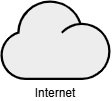
Above: Secure Corporate Network.drawio.png in victorcruzat187/SecureCorpNetwork (draw.io), before the change. Source tidied: cells renumbered, new cells last; positions are measured from the earlier drawing's top-left corner, leaving out a move shared by most shapes.
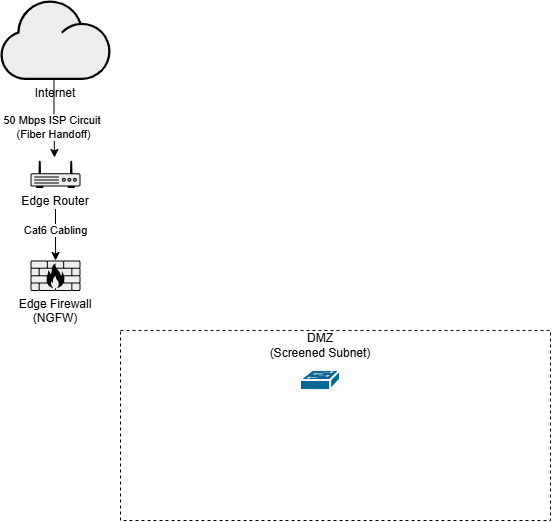
After the commit.

What changed in the source:
```diff
@@ -2,8 +2,39 @@
   <root>
     <mxCell id="0" />
     <mxCell id="1" parent="0" />
+    <mxCell id="3" value="&lt;h3&gt;&lt;br&gt;&lt;/h3&gt;" style="rounded=0;whiteSpace=wrap;html=1;dashed=1;" parent="1" vertex="1">
+      <mxGeometry x="120" y="330" width="430" height="190" as="geometry" />
+    </mxCell>
     <mxCell id="2" value="Internet" style="shape=mxgraph.networks2.icon;fillColor=#EDEDED;strokeColor=#000000;gradientColor=#5B6163;network2IconShadow=1;network2bgFillColor=none;labelPosition=center;verticalLabelPosition=bottom;align=center;verticalAlign=top;network2Icon=mxgraph.networks2.cloud;network2IconYOffset=-0.08;network2IconW=1.0004;network2IconH=0.7222;labelPerimeter=1;" parent="1" vertex="1">
       <mxGeometry width="110" height="79.4" as="geometry" />
     </mxCell>
+    <mxCell id="4" value="Edge Router&#10;" style="fillColorStyles=neutralFill;neutralFill=#9DA6A8;shape=mxgraph.networks2.icon;fillColor=#EDEDED;strokeColor=#000000;gradientColor=#5B6163;network2IconShadow=1;network2bgFillColor=none;labelPosition=center;verticalLabelPosition=bottom;align=center;verticalAlign=top;network2Icon=mxgraph.networks2.router;network2IconXOffset=0.0001;network2IconYOffset=-0.1142;network2IconW=1;network2IconH=0.5485;labelPerimeter=1;" parent="1" vertex="1">
+      <mxGeometry x="30" y="160" width="50" height="27.4" as="geometry" />
+    </mxCell>
+    <mxCell id="5" style="edgeStyle=orthogonalEdgeStyle;rounded=0;jettySize=auto;html=1;exitX=0.486;exitY=1;exitDx=0;exitDy=0;exitPerimeter=0;entryX=0.48;entryY=-0.109;entryDx=0;entryDy=0;entryPerimeter=0;defaultLabelBackgroundColor=page;labelPadding=0 4;" parent="1" edge="1" source="2" target="4">
+      <mxGeometry relative="1" as="geometry" />
+    </mxCell>
+    <mxCell id="6" value="50 Mbps ISP Circuit&amp;nbsp;&lt;div&gt;(Fiber Handoff)&lt;/div&gt;" style="edgeLabel;html=1;align=center;verticalAlign=middle;inheritText=1;defaultLabelBackgroundColor=page;labelPadding=0 4;" parent="5" vertex="1">
+      <mxGeometry x="0.27" y="-1" relative="1" as="geometry">
+        <mxPoint y="-1" as="offset" />
+      </mxGeometry>
+    </mxCell>
+    <mxCell id="7" value="Edge Firewall&#10;(NGFW)" style="shape=mxgraph.networks2.icon;fillColor=#EDEDED;strokeColor=#000000;gradientColor=#5B6163;network2IconShadow=1;network2bgFillColor=none;labelPosition=center;verticalLabelPosition=bottom;align=center;verticalAlign=top;network2Icon=mxgraph.networks2.firewall;network2IconXOffset=0.0001;network2IconYOffset=0.0001;network2IconW=1;network2IconH=0.608;labelPerimeter=1;" parent="1" vertex="1">
+      <mxGeometry x="30" y="260" width="50" height="30.4" as="geometry" />
+    </mxCell>
+    <mxCell id="8" style="edgeStyle=orthogonalEdgeStyle;rounded=0;jettySize=auto;html=1;entryX=0.501;entryY=0;entryDx=0;entryDy=0;entryPerimeter=0;defaultLabelBackgroundColor=page;labelPadding=0 4;" parent="1" edge="1" source="4" target="7">
+      <mxGeometry relative="1" as="geometry" />
+    </mxCell>
+    <mxCell id="9" value="Cat6 Cabling" style="edgeLabel;html=1;align=center;verticalAlign=middle;inheritText=1;defaultLabelBackgroundColor=page;labelPadding=0 4;" parent="8" vertex="1">
+      <mxGeometry x="-0.14" y="1" relative="1" as="geometry">
+        <mxPoint x="-1" y="-9" as="offset" />
+      </mxGeometry>
+    </mxCell>
+    <mxCell id="10" value="DMZ&lt;div&gt;(Screened Subnet)&lt;/div&gt;" style="text;html=1;whiteSpace=wrap;strokeColor=none;fillColor=none;align=center;verticalAlign=middle;rounded=0;" parent="1" vertex="1">
+      <mxGeometry x="250" y="330" width="140" height="30" as="geometry" />
+    </mxCell>
+    <mxCell id="11" style="strokeColor=#ffffff;sketch=0;html=1;dashed=0;fillColor=#036897;strokeWidth=2;verticalLabelPosition=bottom;verticalAlign=top;align=center;shape=mxgraph.cisco.switches.workgroup_switch;labelPerimeter=1;" parent="1" vertex="1">
+      <mxGeometry x="300" y="370" width="40" height="20" as="geometry" />
+    </mxCell>
   </root>
 </mxGraphModel>
```
